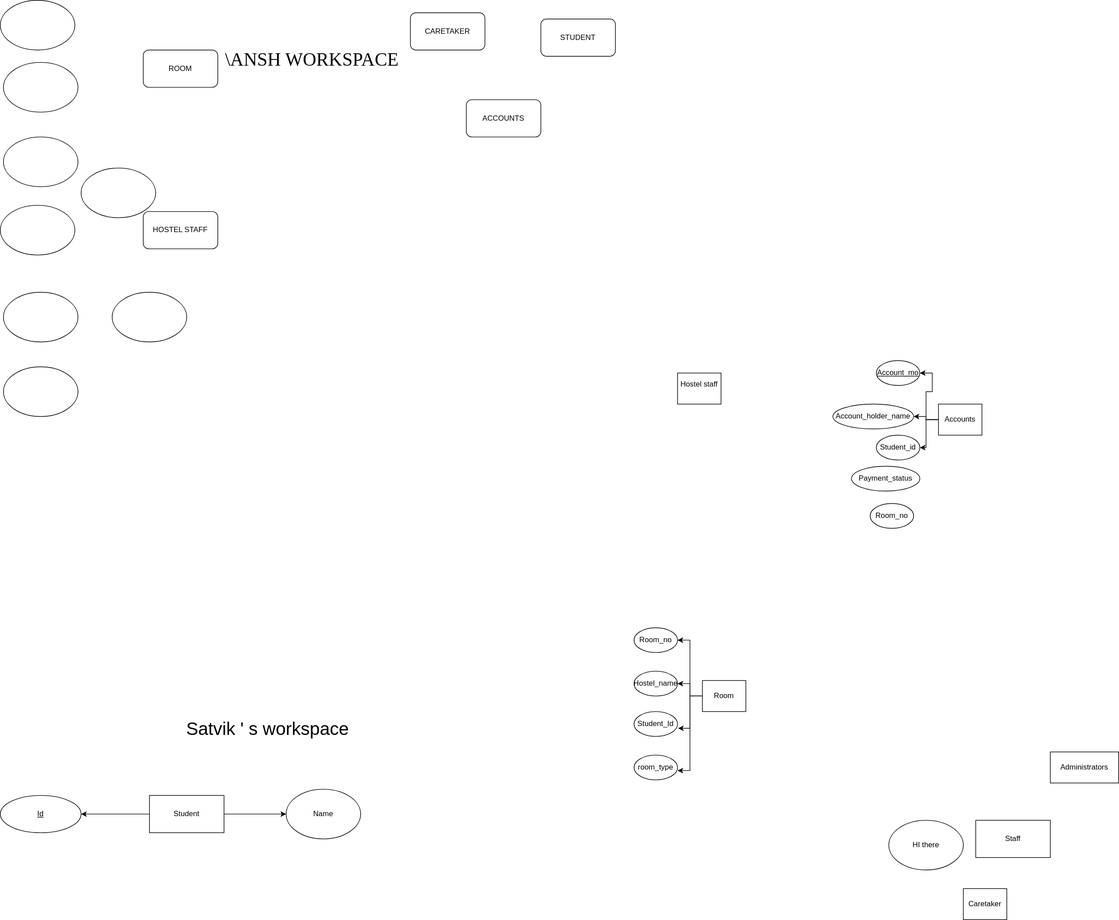
Earlier version of the draw.io export hostel_management.drawio.svg (Zeven100/hostel_management). Source tidied: cells renumbered, new cells last; positions are measured from the earlier drawing's top-left corner, leaving out a move shared by most shapes.
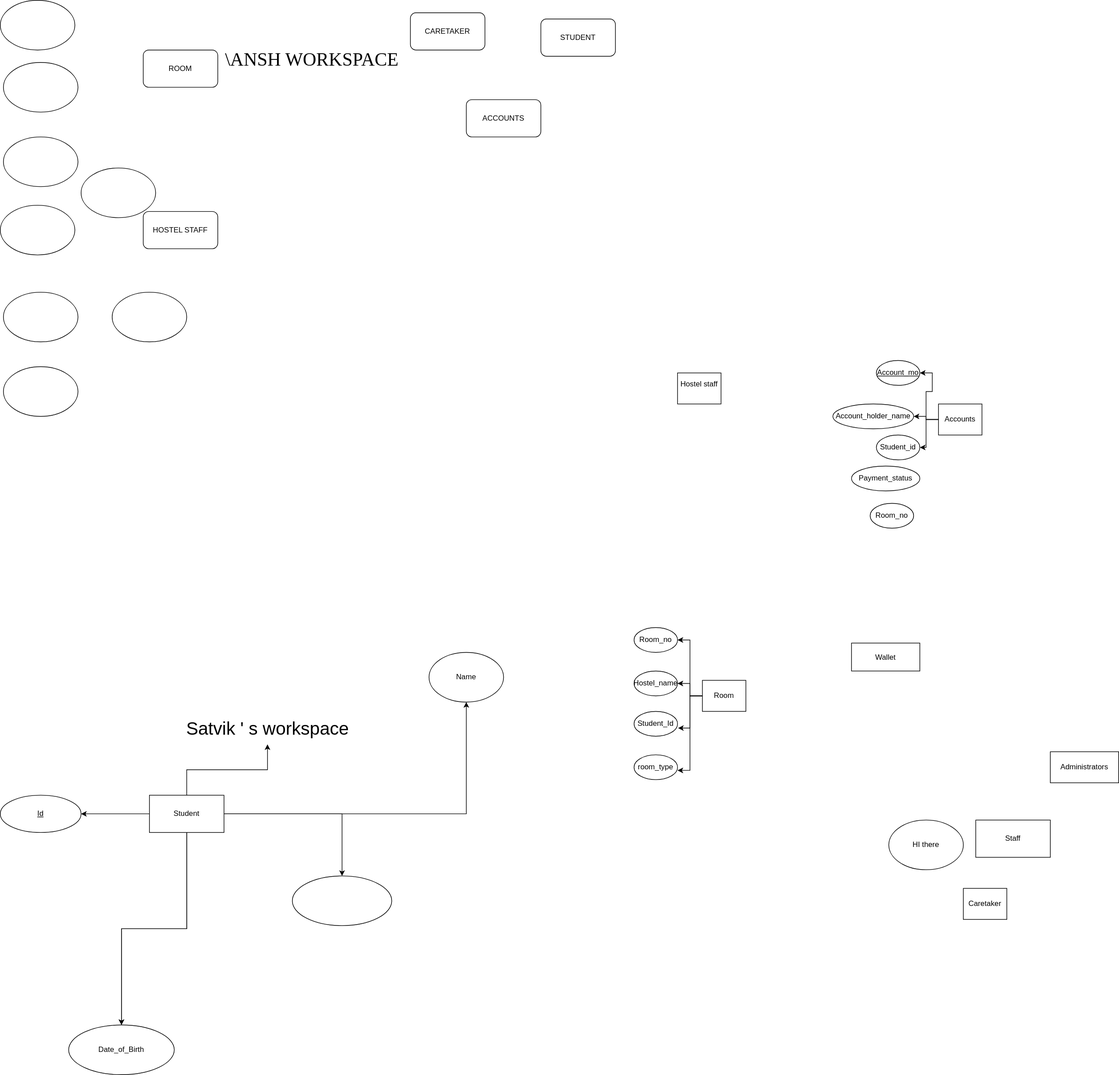
After the commit.

The edit, as a diff of the source:
```diff
@@ -59,6 +59,18 @@
     <mxCell id="20" value="Room_no" style="ellipse;whiteSpace=wrap;html=1;" parent="1" vertex="1">
       <mxGeometry x="1020" y="1010" width="70" height="40" as="geometry" />
     </mxCell>
+    <mxCell id="45" style="edgeStyle=orthogonalEdgeStyle;rounded=0;jettySize=auto;html=1;" parent="1" edge="1" source="21" target="49">
+      <mxGeometry relative="1" as="geometry" />
+    </mxCell>
+    <mxCell id="46" style="edgeStyle=orthogonalEdgeStyle;rounded=0;jettySize=auto;html=1;" parent="1" edge="1" source="21" target="15">
+      <mxGeometry relative="1" as="geometry" />
+    </mxCell>
+    <mxCell id="47" style="edgeStyle=orthogonalEdgeStyle;rounded=0;jettySize=auto;html=1;" parent="1" edge="1" source="21" target="49">
+      <mxGeometry relative="1" as="geometry" />
+    </mxCell>
+    <mxCell id="48" style="edgeStyle=orthogonalEdgeStyle;rounded=0;jettySize=auto;html=1;" parent="1" edge="1" source="21" target="50">
+      <mxGeometry relative="1" as="geometry" />
+    </mxCell>
     <mxCell id="21" value="Student" style="rounded=0;whiteSpace=wrap;html=1;" parent="1" vertex="1">
       <mxGeometry x="240" y="1280" width="120" height="60" as="geometry" />
     </mxCell>
@@ -66,7 +78,7 @@
       <mxGeometry relative="1" as="geometry" />
     </mxCell>
     <mxCell id="23" value="Name" style="ellipse;whiteSpace=wrap;html=1;rounded=0;" parent="1" vertex="1">
-      <mxGeometry x="460" y="1270" width="120" height="80" as="geometry" />
+      <mxGeometry x="690" y="1050" width="120" height="80" as="geometry" />
     </mxCell>
     <mxCell id="24" style="edgeStyle=orthogonalEdgeStyle;rounded=0;jettySize=auto;html=1;entryX=1;entryY=0.625;entryDx=0;entryDy=0;entryPerimeter=0;" parent="1" edge="1" source="10" target="18">
       <mxGeometry relative="1" as="geometry" />
@@ -80,12 +92,21 @@
     <mxCell id="27" value="\ANSH WORKSPACE&amp;nbsp;" style="text;html=1;align=center;verticalAlign=middle;strokeColor=none;fillColor=none;fontSize=30;fontFamily=Lucida Console;" parent="1" vertex="1">
       <mxGeometry x="350" y="70" width="310" height="50" as="geometry" />
     </mxCell>
+    <mxCell id="49" value="Date_of_Birth" style="ellipse;whiteSpace=wrap;html=1;rounded=0;" parent="1" vertex="1">
+      <mxGeometry x="110" y="1650" width="170" height="80" as="geometry" />
+    </mxCell>
     <mxCell id="28" value="Account_holder_name" style="ellipse;whiteSpace=wrap;html=1;" parent="1" vertex="1">
       <mxGeometry x="1340" y="650" width="130" height="40" as="geometry" />
     </mxCell>
+    <mxCell id="50" style="ellipse;whiteSpace=wrap;html=1;rounded=0;" parent="1" vertex="1">
+      <mxGeometry x="470" y="1410" width="160" height="80" as="geometry" />
+    </mxCell>
     <mxCell id="29" value="STUDENT" style="rounded=1;whiteSpace=wrap;html=1;" parent="1" vertex="1">
       <mxGeometry x="870" y="30" width="120" height="60" as="geometry" />
     </mxCell>
+    <mxCell id="51" value="Wallet" style="rounded=0;whiteSpace=wrap;html=1;" parent="1" vertex="1">
+      <mxGeometry x="1370" y="1035" width="110" height="45" as="geometry" />
+    </mxCell>
     <mxCell id="30" value="Student_id" style="ellipse;whiteSpace=wrap;html=1;" parent="1" vertex="1">
       <mxGeometry x="1410" y="700" width="70" height="40" as="geometry" />
     </mxCell>
```
